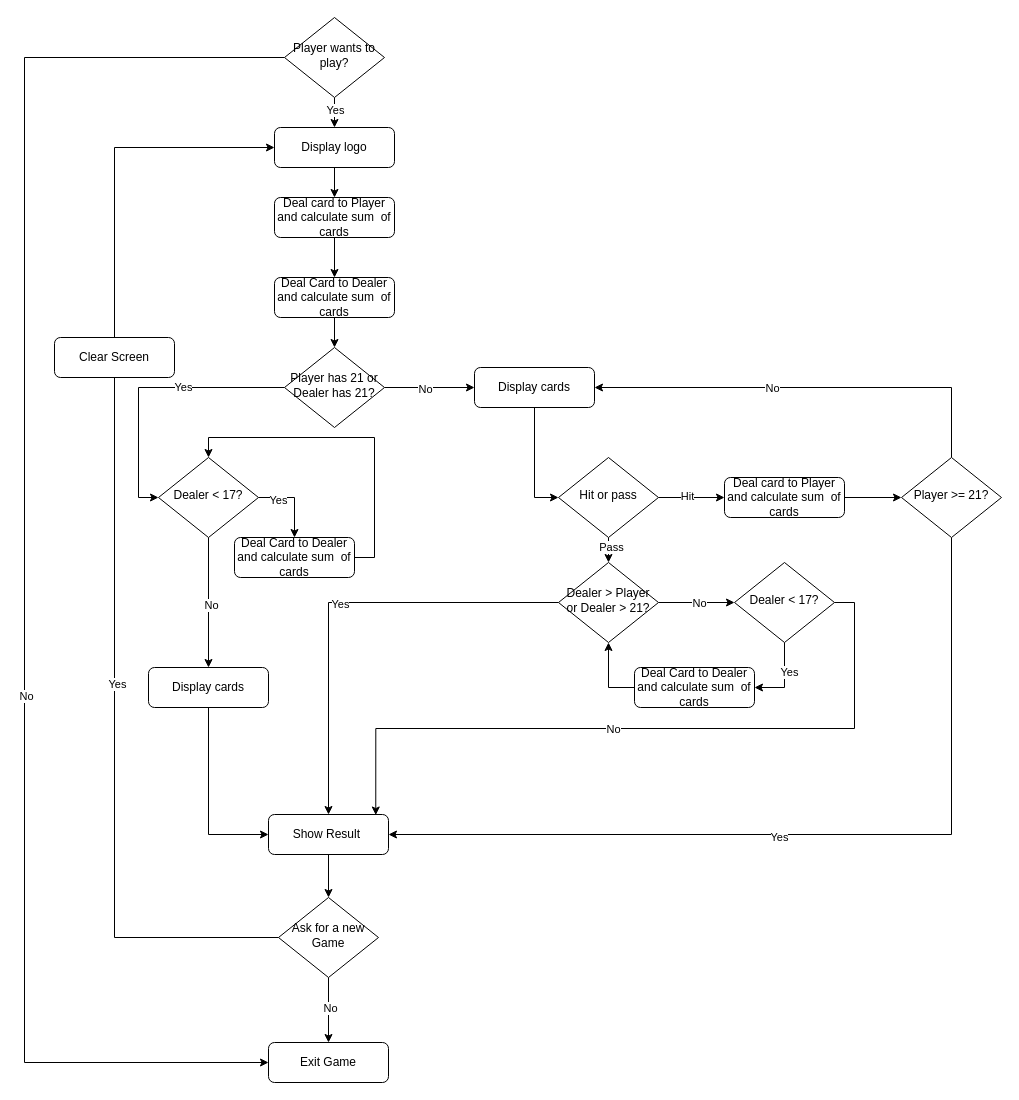
This is day_11_blackjack_game/project_files/flowchart_blackjack.drawio from ErkanHatipoglu/100-days-of-code, a draw.io file, before an edit. Source tidied: cells renumbered, new cells numbered last; positions are measured from the earlier drawing's top-left corner, leaving out a move shared by most shapes. Both pictures are drawn from the tidied source at 100%, with x=0, y=0 at pixel (24, 17).
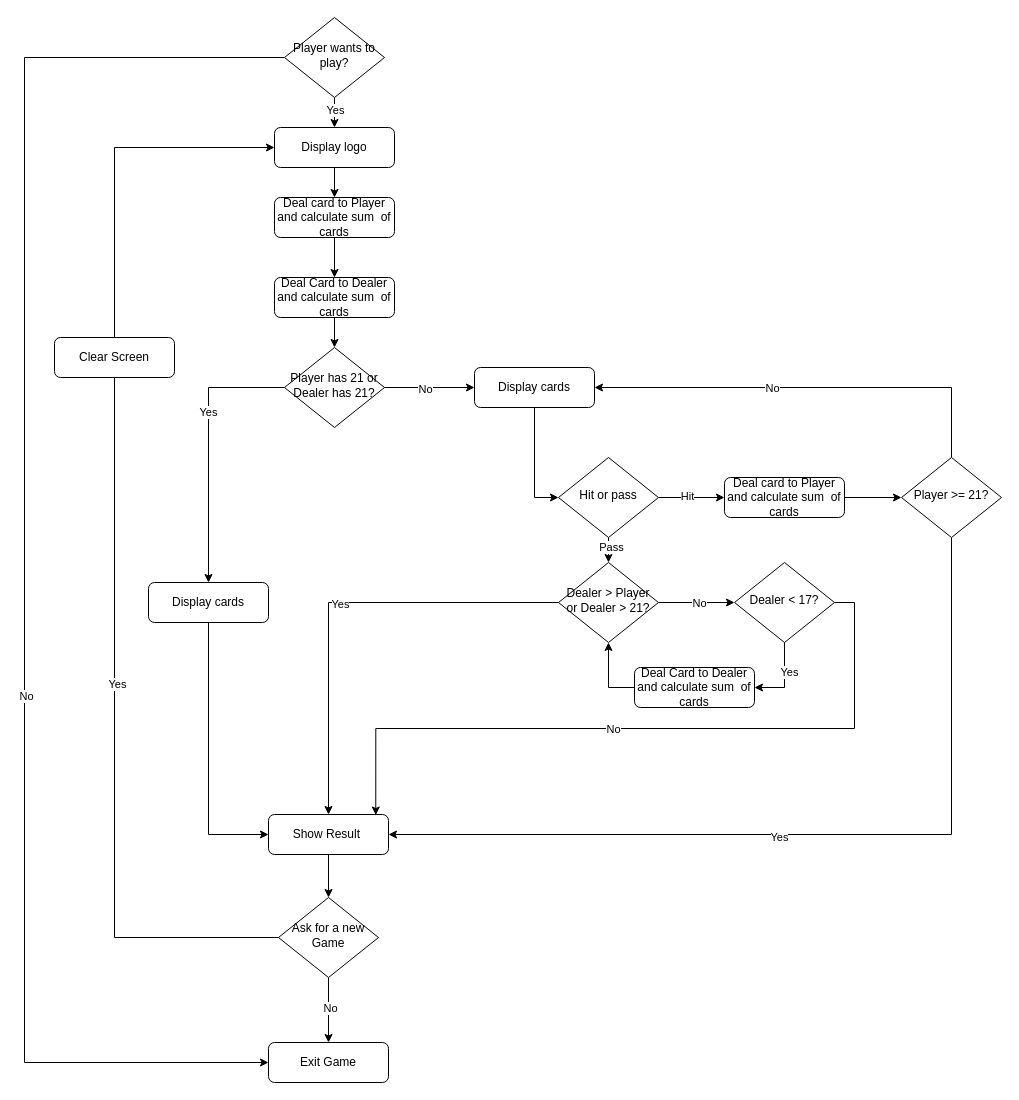
Above is the later version.

Unchanged cells that the change refers to:
```xml
<mxCell id="10" value="Player has 21 or Dealer has 21?" style="rhombus;whiteSpace=wrap;html=1;shadow=0;fontFamily=Helvetica;fontSize=12;align=center;strokeWidth=1;spacing=6;spacingTop=-4;" parent="1" vertex="1">
  <mxGeometry x="260" y="330" width="100" height="80" as="geometry" />
</mxCell>
```

What changed in the source:
```diff
@@
-    <mxCell id="8" style="edgeStyle=orthogonalEdgeStyle;rounded=0;jettySize=auto;html=1;exitX=0;exitY=0.5;exitDx=0;exitDy=0;entryX=0;entryY=0.5;entryDx=0;entryDy=0;" parent="1" edge="1" source="10" target="60">
+    <mxCell id="8" style="edgeStyle=orthogonalEdgeStyle;rounded=0;jettySize=auto;html=1;exitX=0;exitY=0.5;exitDx=0;exitDy=0;entryX=0.5;entryY=0;entryDx=0;entryDy=0;" parent="1" edge="1" source="10" target="55">
       <mxGeometry relative="1" as="geometry" />
     </mxCell>
@@
     <mxCell id="55" value="Display cards" style="rounded=1;whiteSpace=wrap;html=1;fontSize=12;glass=0;strokeWidth=1;shadow=0;" parent="1" vertex="1">
-      <mxGeometry x="124" y="650" width="120" height="40" as="geometry" />
+      <mxGeometry x="124" y="565" width="120" height="40" as="geometry" />
     </mxCell>
-    <mxCell id="56" style="edgeStyle=orthogonalEdgeStyle;rounded=0;jettySize=auto;html=1;exitX=0.5;exitY=1;exitDx=0;exitDy=0;entryX=0.5;entryY=0;entryDx=0;entryDy=0;" parent="1" edge="1" source="60" target="55">
-      <mxGeometry relative="1" as="geometry" />
-    </mxCell>
-    <mxCell id="57" value="No" style="edgeLabel;html=1;align=center;verticalAlign=middle;" parent="56" vertex="1">
-      <mxGeometry x="0.03" y="2" relative="1" as="geometry" />
-    </mxCell>
-    <mxCell id="58" style="edgeStyle=orthogonalEdgeStyle;rounded=0;jettySize=auto;html=1;exitX=1;exitY=0.5;exitDx=0;exitDy=0;entryX=0.5;entryY=0;entryDx=0;entryDy=0;" parent="1" edge="1" source="60" target="62">
-      <mxGeometry relative="1" as="geometry" />
-    </mxCell>
-    <mxCell id="59" value="Yes" style="edgeLabel;html=1;align=center;verticalAlign=middle;" parent="58" vertex="1">
-      <mxGeometry x="-0.49" y="-2" relative="1" as="geometry" />
-    </mxCell>
-    <mxCell id="60" value="Dealer &amp;lt; 17?" style="rhombus;whiteSpace=wrap;html=1;shadow=0;fontFamily=Helvetica;fontSize=12;align=center;strokeWidth=1;spacing=6;spacingTop=-4;" parent="1" vertex="1">
-      <mxGeometry x="134" y="440" width="100" height="80" as="geometry" />
-    </mxCell>
-    <mxCell id="61" style="edgeStyle=orthogonalEdgeStyle;rounded=0;jettySize=auto;html=1;exitX=1;exitY=0.5;exitDx=0;exitDy=0;entryX=0.5;entryY=0;entryDx=0;entryDy=0;" parent="1" edge="1" source="62" target="60">
-      <mxGeometry relative="1" as="geometry" />
-    </mxCell>
-    <mxCell id="62" value="Deal Card to Dealer and calculate sum&amp;nbsp; of cards" style="rounded=1;whiteSpace=wrap;html=1;fontSize=12;glass=0;strokeWidth=1;shadow=0;" parent="1" vertex="1">
-      <mxGeometry x="210" y="520" width="120" height="40" as="geometry" />
-    </mxCell>
```
